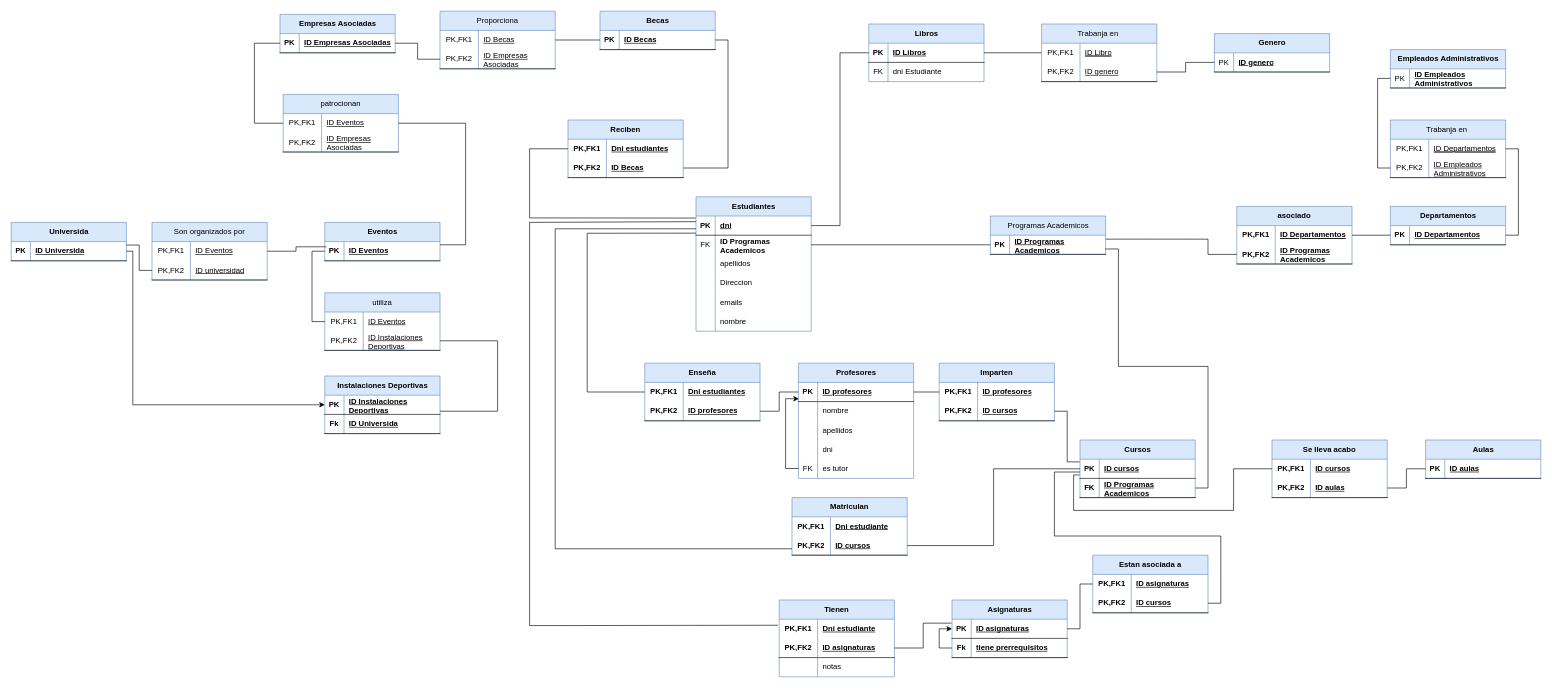
Above: modelo-mr/images/Modelo-Mr-completo.drawio in JVC0/ProyectoBBDD (draw.io), before the change. Source tidied: cells renumbered, new cells numbered last; positions are measured from the earlier drawing's top-left corner, leaving out a move shared by most shapes. Both pictures are drawn from the tidied source at 64%, with x=0, y=0 at pixel (11, 11).
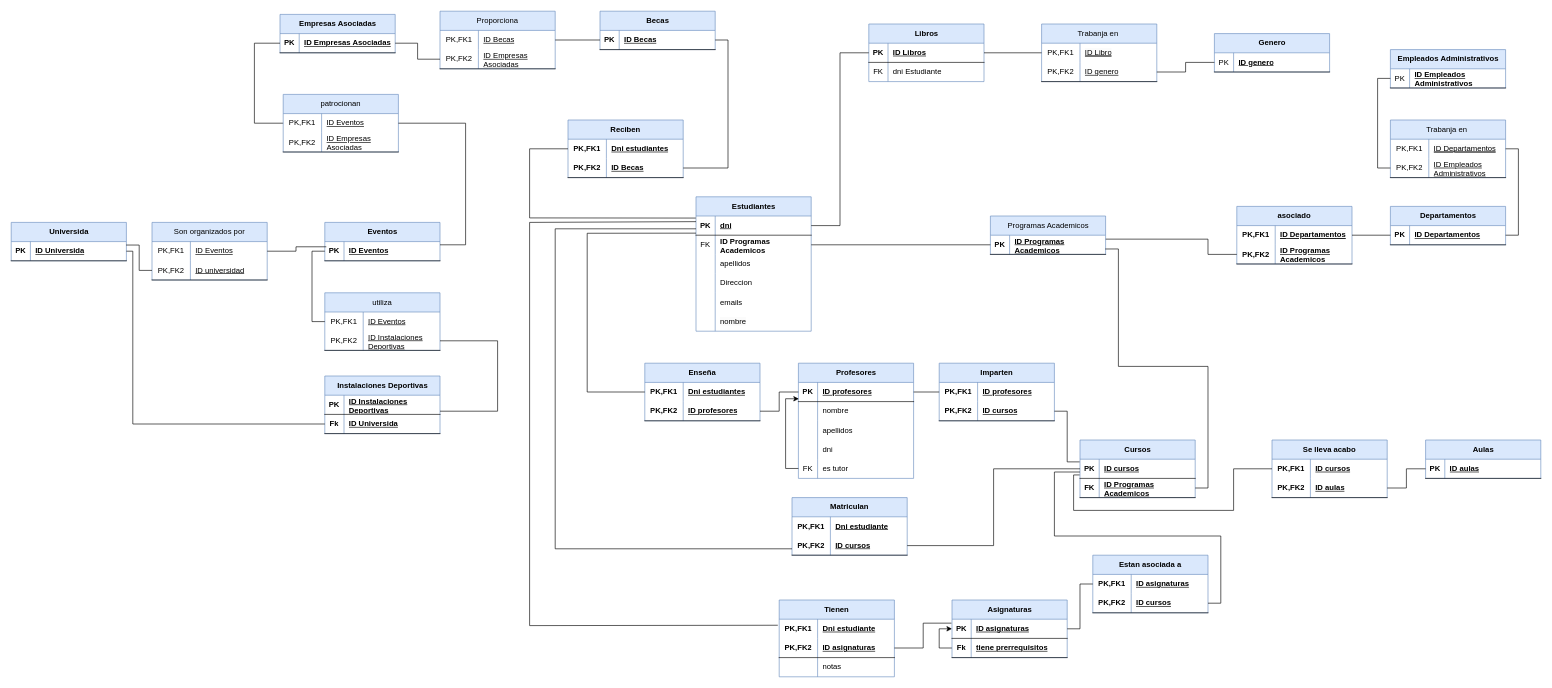
The same page after the edit.

The change refers to these unchanged cells:
```xml
<mxCell id="214" style="shape=tableRow;horizontal=0;startSize=0;swimlaneHead=0;swimlaneBody=0;fillColor=none;points=[[0,0.5],[1,0.5]];portConstraint=eastwest;top=0;left=0;right=0;bottom=1;" parent="213" vertex="1">
  <mxGeometry y="30" width="180" height="30" as="geometry" />
</mxCell>
<mxCell id="217" style="shape=tableRow;horizontal=0;startSize=0;swimlaneHead=0;swimlaneBody=0;fillColor=none;points=[[0,0.5],[1,0.5]];portConstraint=eastwest;top=0;left=0;right=0;bottom=1;" parent="213" vertex="1">
  <mxGeometry y="60" width="180" height="30" as="geometry" />
</mxCell>
<mxCell id="230" style="shape=tableRow;horizontal=0;startSize=0;swimlaneHead=0;swimlaneBody=0;fillColor=none;points=[[0,0.5],[1,0.5]];portConstraint=eastwest;top=0;left=0;right=0;bottom=1;" parent="229" vertex="1">
  <mxGeometry y="30" width="180" height="30" as="geometry" />
</mxCell>
```

Diff of the diagram source:
```diff
@@
-    <mxCell id="235" style="edgeStyle=orthogonalEdgeStyle;rounded=0;jettySize=auto;html=1;" parent="1" edge="1" source="230" target="214">
+    <mxCell id="235" style="edgeStyle=orthogonalEdgeStyle;rounded=0;jettySize=auto;html=1;endArrow=none;endFill=0;entryX=0;entryY=0.5;entryDx=0;entryDy=0;" parent="1" edge="1" source="230" target="217">
       <mxGeometry relative="1" as="geometry">
         <Array as="points">
           <mxPoint x="190" y="375" />
-          <mxPoint x="190" y="615" />
+          <mxPoint x="190" y="645" />
         </Array>
       </mxGeometry>
     </mxCell>
```
